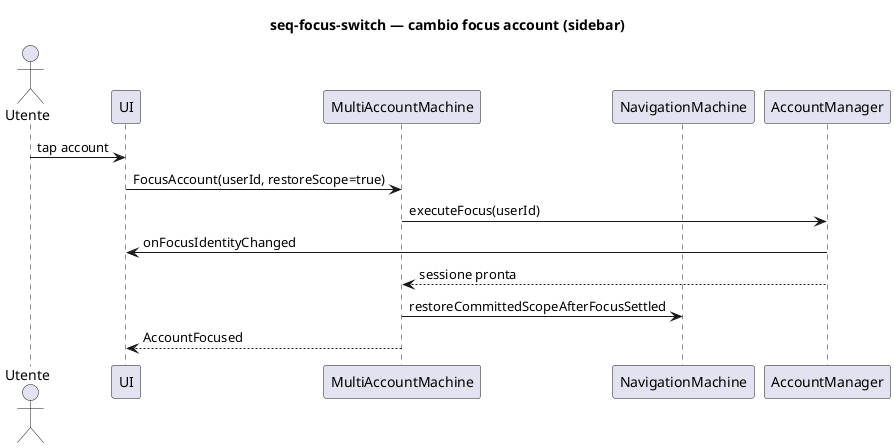
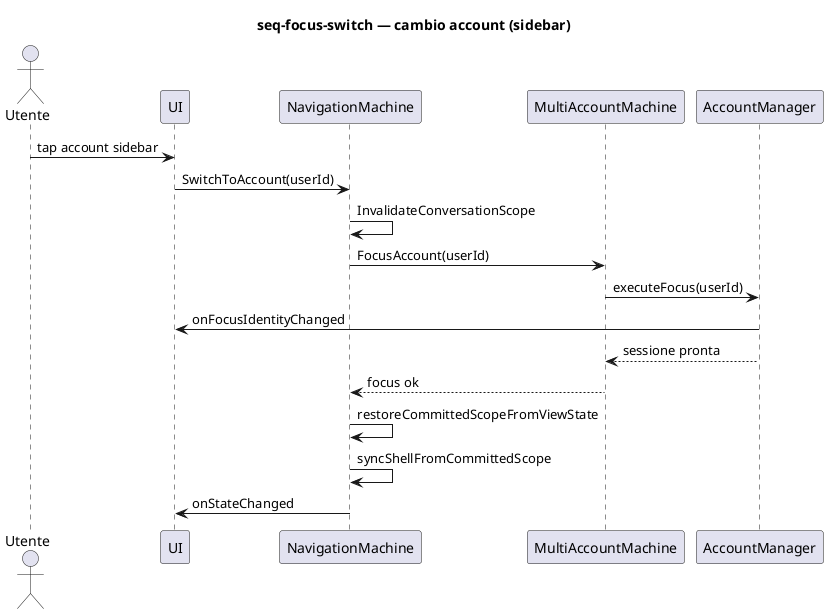
@startuml seq-focus-switch
- ' Context: multi-account
+ ' Context: multi-account + navigation
' Profile: client
- ' Command: FocusAccount
' Revision: 2026-07-19

- title seq-focus-switch — cambio focus account (sidebar)
+ title seq-focus-switch — cambio account (sidebar)

actor Utente
participant "UI" as UI
+ participant "NavigationMachine" as Nav
participant "MultiAccountMachine" as MA
- participant "NavigationMachine" as Nav
participant "AccountManager" as AM

- Utente -> UI : tap account
- UI -> MA : FocusAccount(userId, restoreScope=true)
+ Utente -> UI : tap account sidebar
+ UI -> Nav : SwitchToAccount(userId)
+ Nav -> Nav : InvalidateConversationScope
+ Nav -> MA : FocusAccount(userId)
MA -> AM : executeFocus(userId)
AM -> UI : onFocusIdentityChanged
AM --> MA : sessione pronta
- MA -> Nav : restoreCommittedScopeAfterFocusSettled
- MA --> UI : AccountFocused
+ MA --> Nav : focus ok
+ Nav -> Nav : restoreCommittedScopeFromViewState
+ Nav -> Nav : syncShellFromCommittedScope
+ Nav -> UI : onStateChanged

@enduml
